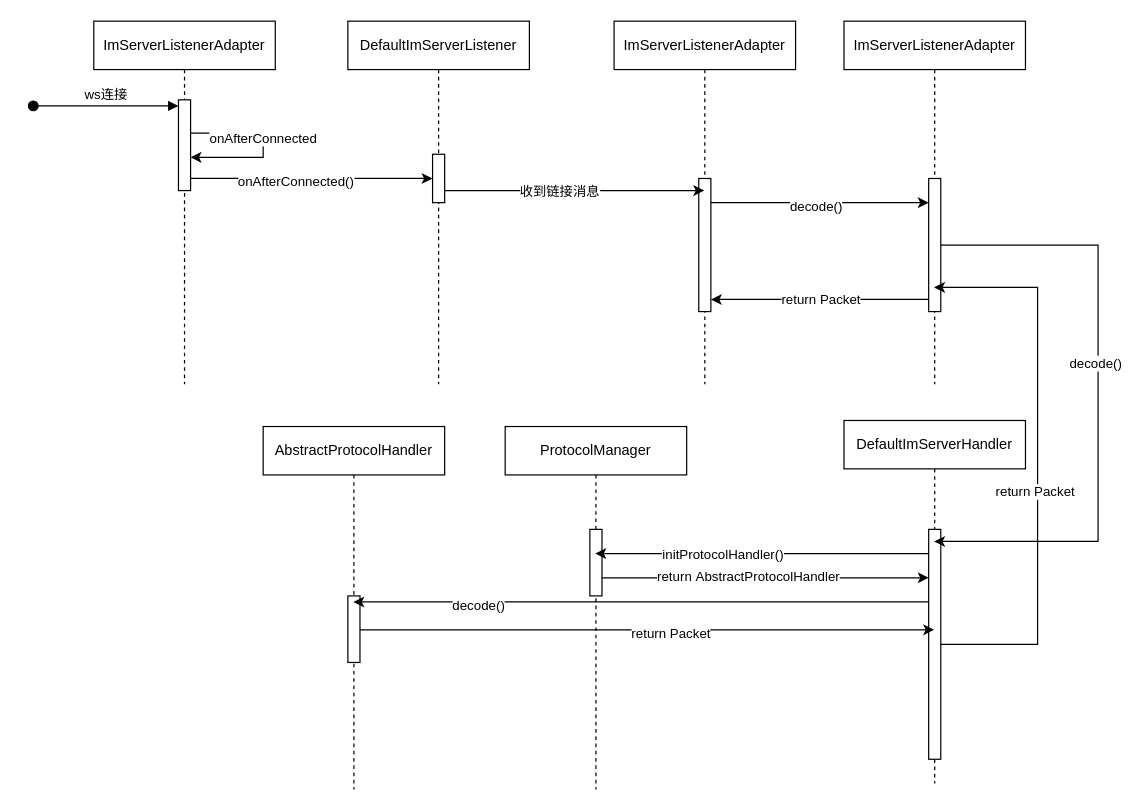
Earlier version of the draw.io diagram J-im流程图/im-server-握手时序图.drawio (RR9-cn/DrawFile). Source tidied: cells renumbered, new cells numbered last; positions are measured from the earlier drawing's top-left corner, leaving out a move shared by most shapes. Both pictures are drawn from the tidied source at 121%, with x=0, y=0 at pixel (33, 21).
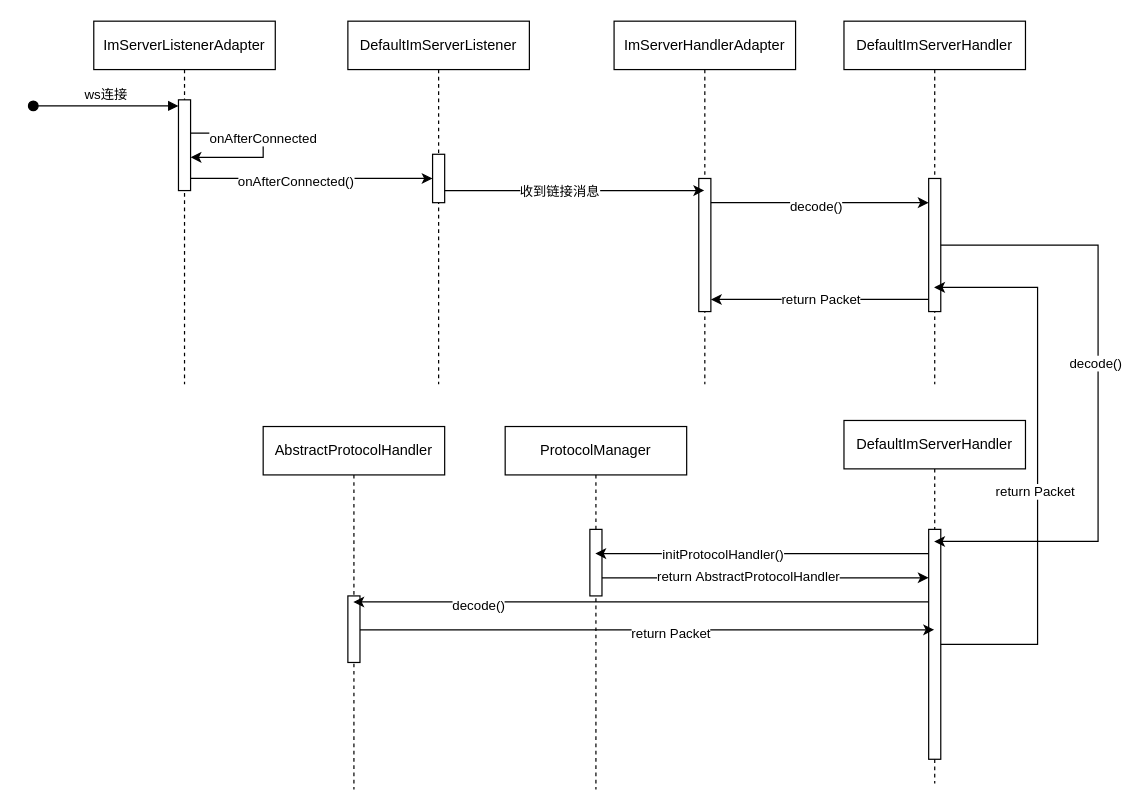
After the change.

Commit message:
更新im-server-握手时序图.drawio

Change to the diagram source:
```diff
@@
-    <mxCell id="9" value="ImServerListenerAdapter" style="shape=umlLifeline;perimeter=lifelinePerimeter;whiteSpace=wrap;html=1;outlineConnect=0;portConstraint=eastwest;newEdgeStyle={&quot;edgeStyle&quot;:&quot;elbowEdgeStyle&quot;,&quot;elbow&quot;:&quot;vertical&quot;,&quot;curved&quot;:0,&quot;rounded&quot;:0};" parent="1" vertex="1">
+    <mxCell id="9" value="ImServerHandlerAdapter" style="shape=umlLifeline;perimeter=lifelinePerimeter;whiteSpace=wrap;html=1;outlineConnect=0;portConstraint=eastwest;newEdgeStyle={&quot;edgeStyle&quot;:&quot;elbowEdgeStyle&quot;,&quot;elbow&quot;:&quot;vertical&quot;,&quot;curved&quot;:0,&quot;rounded&quot;:0};" parent="1" vertex="1">
       <mxGeometry x="480" width="150" height="300" as="geometry" />
     </mxCell>
@@
-    <mxCell id="15" value="ImServerListenerAdapter" style="shape=umlLifeline;perimeter=lifelinePerimeter;whiteSpace=wrap;html=1;outlineConnect=0;portConstraint=eastwest;newEdgeStyle={&quot;edgeStyle&quot;:&quot;elbowEdgeStyle&quot;,&quot;elbow&quot;:&quot;vertical&quot;,&quot;curved&quot;:0,&quot;rounded&quot;:0};" parent="1" vertex="1">
+    <mxCell id="15" value="DefaultImServerHandler" style="shape=umlLifeline;perimeter=lifelinePerimeter;whiteSpace=wrap;html=1;outlineConnect=0;portConstraint=eastwest;newEdgeStyle={&quot;edgeStyle&quot;:&quot;elbowEdgeStyle&quot;,&quot;elbow&quot;:&quot;vertical&quot;,&quot;curved&quot;:0,&quot;rounded&quot;:0};" parent="1" vertex="1">
       <mxGeometry x="670" width="150" height="300" as="geometry" />
     </mxCell>
```
